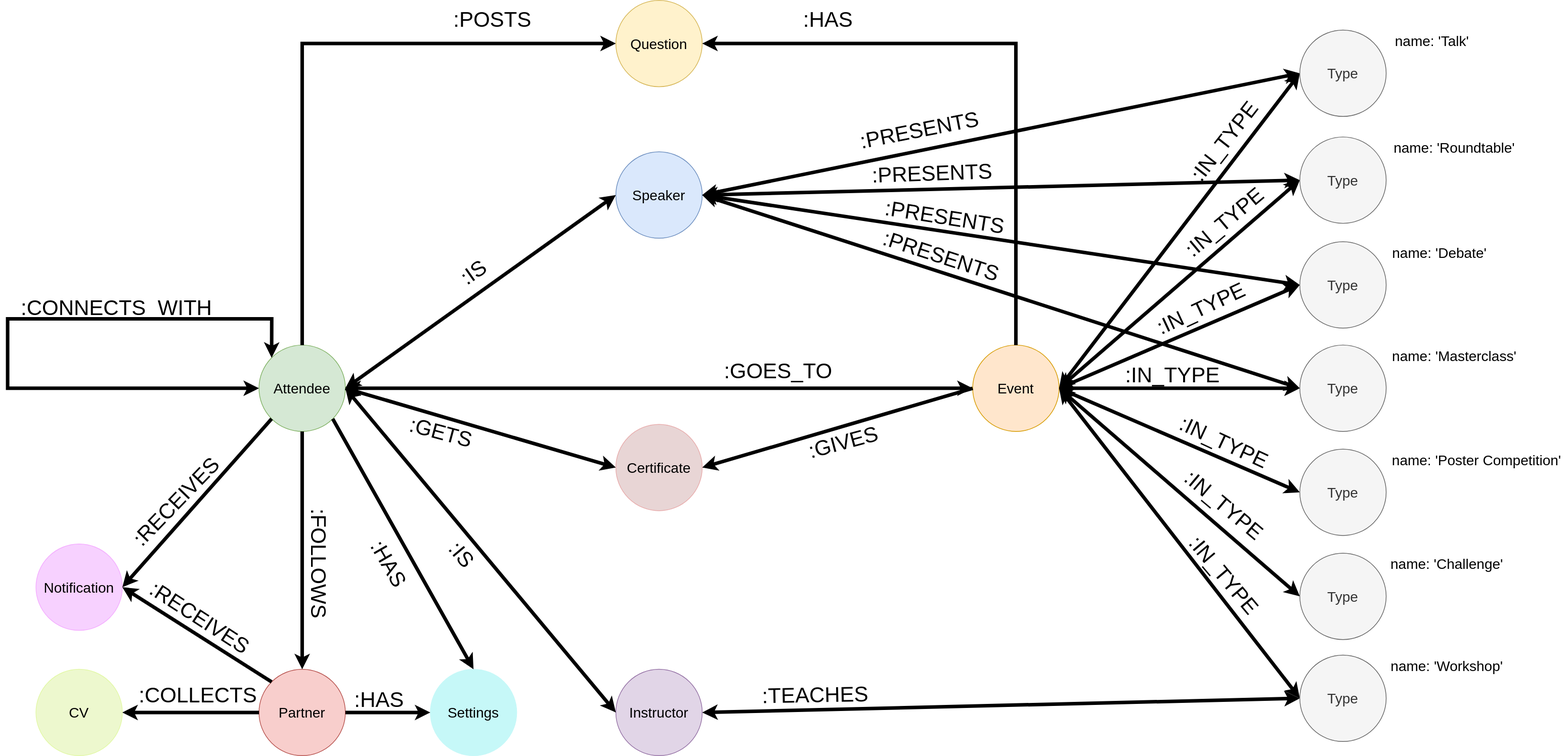
Earlier version of the draw.io export server/database/data-model.svg (Tec2Med-Summit2024/backend). Source tidied: cells renumbered, new cells last; positions are measured from the earlier drawing's top-left corner, leaving out a move shared by most shapes.
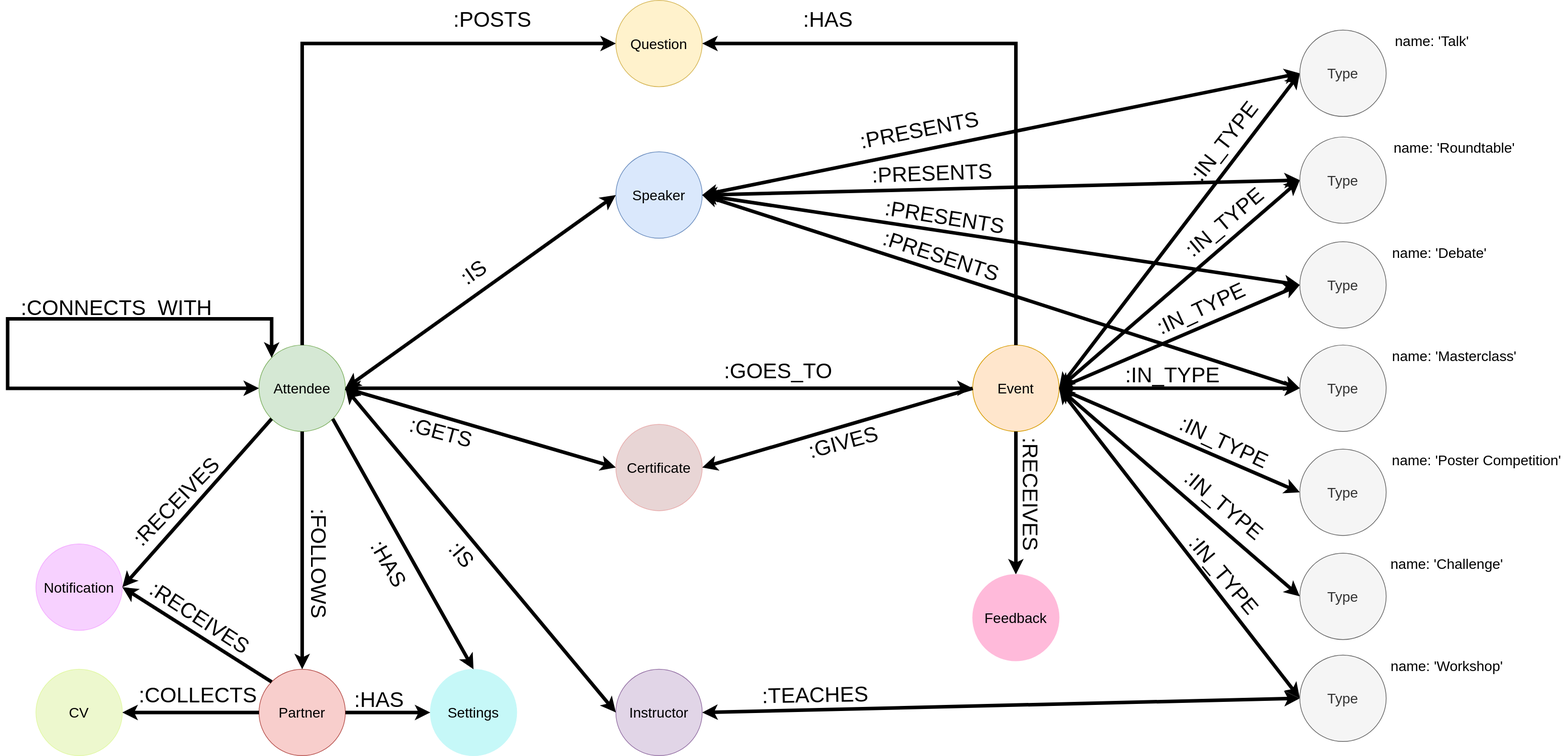
After the commit.

The edit, as a diff of the source:
```diff
@@ -260,5 +260,14 @@
     <mxCell id="85" value="&lt;span style=&quot;font-size: 30px;&quot;&gt;:HAS&lt;/span&gt;" style="text;html=1;align=center;verticalAlign=middle;whiteSpace=wrap;rounded=0;rotation=0;" parent="1" vertex="1">
       <mxGeometry x="390" y="973" width="270" height="30" as="geometry" />
     </mxCell>
+    <mxCell id="86" style="endArrow=classic;startArrow=none;html=1;rounded=0;strokeWidth=5;startFill=0;endFill=1;exitX=0.5;exitY=1;exitDx=0;exitDy=0;entryX=0.5;entryY=0;entryDx=0;entryDy=0;" parent="1" edge="1" source="9" target="87">
+      <mxGeometry relative="1" as="geometry" />
+    </mxCell>
+    <mxCell id="87" value="&lt;font style=&quot;font-size: 20px;&quot;&gt;Feedback&lt;/font&gt;" style="ellipse;whiteSpace=wrap;html=1;fillColor=#FFBADA;strokeColor=#FFBADA;" parent="1" vertex="1">
+      <mxGeometry x="1363" y="811" width="122" height="122" as="geometry" />
+    </mxCell>
+    <mxCell id="88" value="&lt;span style=&quot;font-size: 30px;&quot;&gt;:RECEIVES&lt;/span&gt;" style="text;html=1;align=center;verticalAlign=middle;whiteSpace=wrap;rounded=0;rotation=90;" parent="1" vertex="1">
+      <mxGeometry x="1363" y="683" width="165" height="30" as="geometry" />
+    </mxCell>
   </root>
 </mxGraphModel>
```
